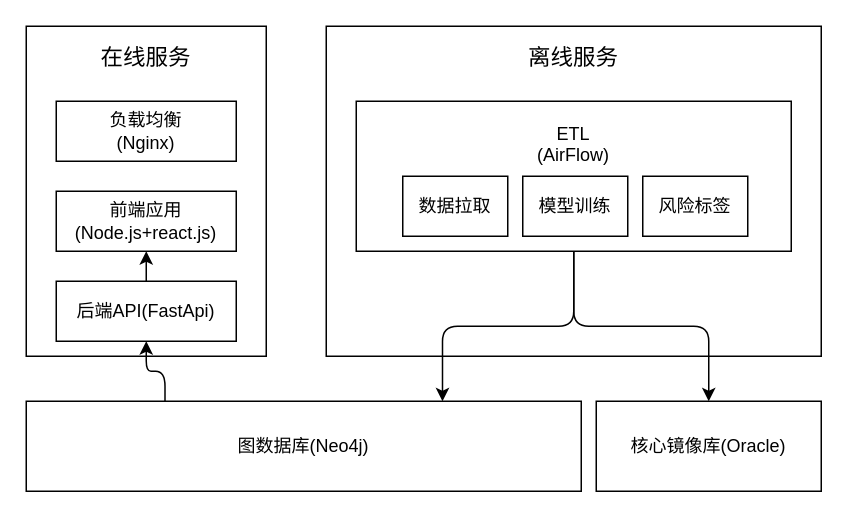
XiaoLiuAI/diagrams keeps this draw.io diagram as page "技术架构图" (1 of 3) of taiping-arch.drawio. Above is the earlier version. Source tidied: cells renumbered, new cells numbered last; positions are measured from the earlier drawing's top-left corner, leaving out a move shared by most shapes. Both pictures are drawn from the tidied source at 150%, with x=0, y=0 at pixel (26, 26).
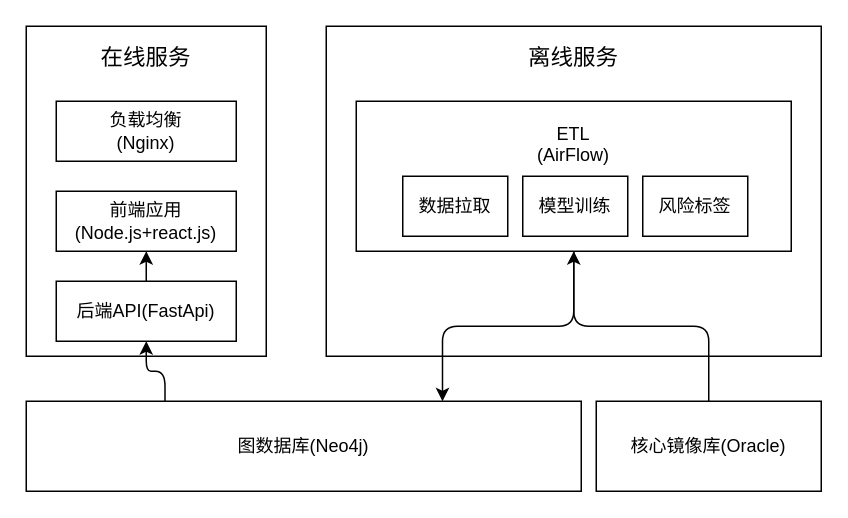
After the change.

Change to the diagram source:
```diff
@@
 <mxGraphModel>
   <root>
     <mxCell id="0" />
     <mxCell id="1" parent="0" />
     <mxCell id="2" style="rounded=0;whiteSpace=wrap;html=1;" parent="1" vertex="1">
       <mxGeometry width="160" height="220" as="geometry" />
     </mxCell>
     <mxCell id="3" value="前端应用(Node.js+react.js)" style="rounded=0;whiteSpace=wrap;html=1;" parent="1" vertex="1">
       <mxGeometry x="20" y="110" width="120" height="40" as="geometry" />
     </mxCell>
     <mxCell id="4" value="后端API(FastApi)" style="rounded=0;whiteSpace=wrap;html=1;" parent="1" vertex="1">
       <mxGeometry x="20" y="170" width="120" height="40" as="geometry" />
     </mxCell>
     <mxCell id="5" style="endArrow=classic;html=1;entryX=0.5;entryY=1;entryDx=0;entryDy=0;exitX=0.5;exitY=0;exitDx=0;exitDy=0;" parent="1" edge="1" source="4" target="3">
       <mxGeometry relative="1" as="geometry" />
     </mxCell>
     <mxCell id="6" value="图数据库(Neo4j)" style="rounded=0;whiteSpace=wrap;html=1;" parent="1" vertex="1">
       <mxGeometry y="250" width="370" height="60" as="geometry" />
     </mxCell>
     <mxCell id="7" value="&lt;font style=&quot;font-size: 15px&quot;&gt;在线服务&lt;/font&gt;" style="text;html=1;strokeColor=none;fillColor=none;align=center;verticalAlign=middle;whiteSpace=wrap;rounded=0;" parent="1" vertex="1">
       <mxGeometry x="40" y="10" width="80" height="20" as="geometry" />
     </mxCell>
     <mxCell id="8" style="rounded=0;whiteSpace=wrap;html=1;" parent="1" vertex="1">
       <mxGeometry x="200" width="330" height="220" as="geometry" />
     </mxCell>
     <mxCell id="9" value="ETL&lt;br&gt;(AirFlow)&lt;br&gt;&lt;br&gt;&lt;br&gt;&lt;br&gt;" style="rounded=0;whiteSpace=wrap;html=1;" parent="1" vertex="1">
       <mxGeometry x="220" y="50" width="290" height="100" as="geometry" />
     </mxCell>
     <mxCell id="10" value="&lt;font style=&quot;font-size: 15px&quot;&gt;离线服务&lt;/font&gt;" style="text;html=1;strokeColor=none;fillColor=none;align=center;verticalAlign=middle;whiteSpace=wrap;rounded=0;" parent="1" vertex="1">
       <mxGeometry x="325" y="10" width="80" height="20" as="geometry" />
     </mxCell>
     <mxCell id="11" value="数据拉取" style="rounded=0;whiteSpace=wrap;html=1;" parent="1" vertex="1">
       <mxGeometry x="251" y="100" width="70" height="40" as="geometry" />
     </mxCell>
     <mxCell id="12" value="模型训练" style="rounded=0;whiteSpace=wrap;html=1;" parent="1" vertex="1">
       <mxGeometry x="331" y="100" width="70" height="40" as="geometry" />
     </mxCell>
     <mxCell id="13" value="风险标签" style="rounded=0;whiteSpace=wrap;html=1;" parent="1" vertex="1">
       <mxGeometry x="411" y="100" width="70" height="40" as="geometry" />
     </mxCell>
     <mxCell id="14" style="edgeStyle=elbowEdgeStyle;elbow=vertical;endArrow=classic;html=1;entryX=0.5;entryY=1;entryDx=0;entryDy=0;exitX=0.25;exitY=0;exitDx=0;exitDy=0;" parent="1" edge="1" source="6" target="4">
       <mxGeometry relative="1" as="geometry" />
     </mxCell>
     <mxCell id="15" style="edgeStyle=elbowEdgeStyle;elbow=vertical;endArrow=classic;html=1;exitX=0.5;exitY=1;exitDx=0;exitDy=0;entryX=0.75;entryY=0;entryDx=0;entryDy=0;" parent="1" edge="1" source="9" target="6">
       <mxGeometry relative="1" as="geometry" />
     </mxCell>
     <mxCell id="16" value="核心镜像库(Oracle)" style="rounded=0;whiteSpace=wrap;html=1;" parent="1" vertex="1">
       <mxGeometry x="380" y="250" width="150" height="60" as="geometry" />
     </mxCell>
-    <mxCell id="17" style="edgeStyle=elbowEdgeStyle;elbow=vertical;endArrow=classic;html=1;exitX=0.5;exitY=1;exitDx=0;exitDy=0;entryX=0.5;entryY=0;entryDx=0;entryDy=0;" parent="1" edge="1" source="9" target="16">
+    <mxCell id="17" style="edgeStyle=elbowEdgeStyle;elbow=vertical;endArrow=none;html=1;exitX=0.5;exitY=1;exitDx=0;exitDy=0;entryX=0.5;entryY=0;entryDx=0;entryDy=0;startArrow=classic;startFill=1;endFill=0;" parent="1" edge="1" source="9" target="16">
       <mxGeometry relative="1" as="geometry" />
     </mxCell>
     <mxCell id="18" value="负载均衡&lt;br&gt;(Nginx)" style="rounded=0;whiteSpace=wrap;html=1;" parent="1" vertex="1">
       <mxGeometry x="20" y="50" width="120" height="40" as="geometry" />
     </mxCell>
   </root>
 </mxGraphModel>
```
